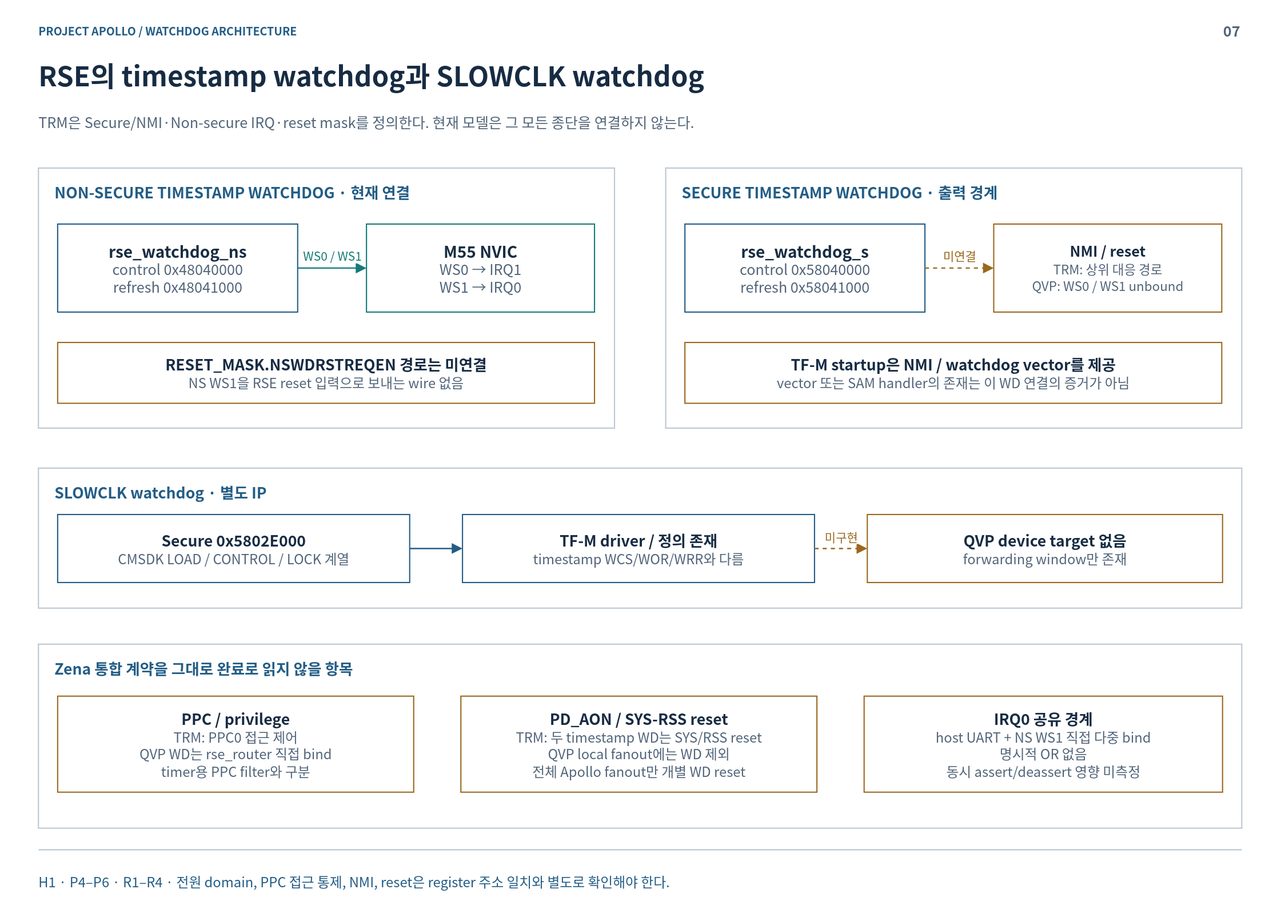
This is doc/phase1/watchdog/diagrams/07-rse-boundaries.drawio.svg from cometzero/project-apollo, a draw.io export, as it was before one commit. Source tidied: cells renumbered, new cells last; positions are measured from the earlier drawing's top-left corner, leaving out a move shared by most shapes.
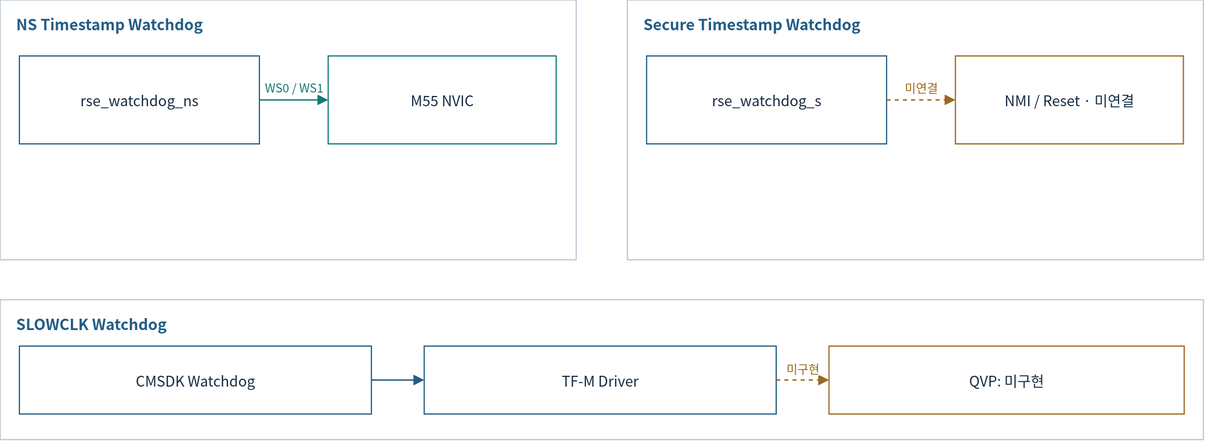
After the commit.

Change to the diagram source:
```diff
@@ -2,40 +2,16 @@
   <root>
     <mxCell id="0" />
     <mxCell id="1" parent="0" />
-    <mxCell id="2" style="rounded=0;whiteSpace=wrap;html=1;fillColor=#FFFFFF;strokeWidth=1.5;fontFamily=Noto Sans CJK KR;fontSize=18;spacing=12;fontColor=#172C43;strokeColor=none;" parent="1" vertex="1">
-      <mxGeometry width="1600" height="1150" as="geometry" />
-    </mxCell>
-    <mxCell id="3" value="PROJECT APOLLO / WATCHDOG ARCHITECTURE" style="rounded=0;whiteSpace=wrap;html=1;fillColor=#FFFFFF;strokeWidth=1.5;fontFamily=Noto Sans CJK KR;fontSize=18;spacing=12;fontColor=#172C43;strokeColor=none;fillColor=none;spacing=0;align=left;verticalAlign=middle;fontSize=14;fontColor=#235D86;fontStyle=1;" parent="1" vertex="1">
-      <mxGeometry x="48" y="26" width="1400" height="24" as="geometry" />
-    </mxCell>
-    <mxCell id="4" value="07" style="rounded=0;whiteSpace=wrap;html=1;fillColor=#FFFFFF;strokeWidth=1.5;fontFamily=Noto Sans CJK KR;fontSize=18;spacing=12;fontColor=#172C43;strokeColor=none;fillColor=none;spacing=0;align=right;verticalAlign=middle;fontSize=18;fontColor=#52657A;fontStyle=1;" parent="1" vertex="1">
-      <mxGeometry x="1485" y="23" width="65" height="30" as="geometry" />
-    </mxCell>
-    <mxCell id="5" value="RSE의 timestamp watchdog과 SLOWCLK watchdog" style="rounded=0;whiteSpace=wrap;html=1;fillColor=#FFFFFF;strokeWidth=1.5;fontFamily=Noto Sans CJK KR;fontSize=18;spacing=12;fontColor=#172C43;strokeColor=none;fillColor=none;spacing=0;align=left;verticalAlign=middle;fontSize=34;fontColor=#172C43;fontStyle=1;" parent="1" vertex="1">
-      <mxGeometry x="48" y="67" width="1504" height="54" as="geometry" />
-    </mxCell>
-    <mxCell id="6" value="TRM은 Secure/NMI·Non-secure IRQ·reset mask를 정의한다. 현재 모델은 그 모든 종단을 연결하지 않는다." style="rounded=0;whiteSpace=wrap;html=1;fillColor=#FFFFFF;strokeWidth=1.5;fontFamily=Noto Sans CJK KR;fontSize=18;spacing=12;fontColor=#172C43;strokeColor=none;fillColor=none;spacing=0;align=left;verticalAlign=middle;fontSize=18;fontColor=#52657A;fontStyle=0;" parent="1" vertex="1">
-      <mxGeometry x="48" y="127" width="1504" height="50" as="geometry" />
-    </mxCell>
-    <mxCell id="7" style="html=1;whiteSpace=nowrap;edgeStyle=none;endArrow=none;endSize=8;strokeWidth=1.6;strokeColor=#BAC7D3;fontColor=#BAC7D3;fontFamily=Noto Sans CJK KR;fontSize=16;labelBackgroundColor=#FFFFFF;dashed=0;" parent="1" edge="1">
-      <mxGeometry relative="1" as="geometry">
-        <mxPoint x="48" y="1062" as="sourcePoint" />
-        <mxPoint x="1552" y="1062" as="targetPoint" />
-      </mxGeometry>
-    </mxCell>
-    <mxCell id="8" value="H1 · P4–P6 · R1–R4 · 전원 domain, PPC 접근 통제, NMI, reset은 register 주소 일치와 별도로 확인해야 한다." style="rounded=0;whiteSpace=wrap;html=1;fillColor=#FFFFFF;strokeWidth=1.5;fontFamily=Noto Sans CJK KR;fontSize=18;spacing=12;fontColor=#172C43;strokeColor=none;fillColor=none;spacing=0;align=left;verticalAlign=middle;fontSize=17;fontColor=#235D86;fontStyle=0;" parent="1" vertex="1">
-      <mxGeometry x="48" y="1077" width="1504" height="50" as="geometry" />
-    </mxCell>
     <mxCell id="9" style="rounded=0;whiteSpace=wrap;html=1;fillColor=#FFFFFF;strokeWidth=1.5;fontFamily=Noto Sans CJK KR;fontSize=18;spacing=12;fontColor=#172C43;strokeColor=#BAC7D3;" parent="1" vertex="1">
       <mxGeometry x="48" y="210" width="720" height="325" as="geometry" />
     </mxCell>
-    <mxCell id="10" value="NON-SECURE TIMESTAMP WATCHDOG · 현재 연결" style="rounded=0;whiteSpace=wrap;html=1;fillColor=#FFFFFF;strokeWidth=1.5;fontFamily=Noto Sans CJK KR;fontSize=18;spacing=12;fontColor=#172C43;strokeColor=none;fillColor=none;spacing=0;align=left;verticalAlign=middle;fontSize=19;fontColor=#235D86;fontStyle=1;" parent="1" vertex="1">
+    <mxCell id="10" value="NS Timestamp Watchdog" style="rounded=0;whiteSpace=wrap;html=1;fillColor=#FFFFFF;strokeWidth=1.5;fontFamily=Noto Sans CJK KR;fontSize=18;spacing=12;fontColor=#172C43;strokeColor=none;fillColor=none;spacing=0;align=left;verticalAlign=middle;fontSize=19;fontColor=#235D86;fontStyle=1;" parent="1" vertex="1">
       <mxGeometry x="68" y="224" width="680" height="32" as="geometry" />
     </mxCell>
-    <mxCell id="11" value="&lt;b style=&quot;font-size:20px&quot;&gt;rse_watchdog_ns&lt;/b&gt;&lt;br&gt;&lt;font color=&quot;#52657A&quot; style=&quot;font-size:18px&quot;&gt;control 0x48040000&lt;br&gt;refresh 0x48041000&lt;/font&gt;" style="rounded=0;whiteSpace=wrap;html=1;fillColor=#FFFFFF;strokeWidth=1.5;fontFamily=Noto Sans CJK KR;fontSize=18;spacing=12;fontColor=#172C43;strokeColor=#235D86;" parent="1" vertex="1">
+    <mxCell id="11" value="rse_watchdog_ns" style="rounded=0;whiteSpace=wrap;html=1;fillColor=#FFFFFF;strokeWidth=1.5;fontFamily=Noto Sans CJK KR;fontSize=18;spacing=12;fontColor=#172C43;strokeColor=#235D86;" parent="1" vertex="1">
       <mxGeometry x="72" y="280" width="300" height="110" as="geometry" />
     </mxCell>
-    <mxCell id="12" value="&lt;b style=&quot;font-size:20px&quot;&gt;M55 NVIC&lt;/b&gt;&lt;br&gt;&lt;font color=&quot;#52657A&quot; style=&quot;font-size:18px&quot;&gt;WS0 → IRQ1&lt;br&gt;WS1 → IRQ0&lt;/font&gt;" style="rounded=0;whiteSpace=wrap;html=1;fillColor=#FFFFFF;strokeWidth=1.5;fontFamily=Noto Sans CJK KR;fontSize=18;spacing=12;fontColor=#172C43;strokeColor=#147B79;" parent="1" vertex="1">
+    <mxCell id="12" value="M55 NVIC" style="rounded=0;whiteSpace=wrap;html=1;fillColor=#FFFFFF;strokeWidth=1.5;fontFamily=Noto Sans CJK KR;fontSize=18;spacing=12;fontColor=#172C43;strokeColor=#147B79;" parent="1" vertex="1">
       <mxGeometry x="458" y="280" width="285" height="110" as="geometry" />
     </mxCell>
     <mxCell id="13" value="WS0 / WS1" style="html=1;whiteSpace=nowrap;edgeStyle=orthogonalEdgeStyle;rounded=0;endArrow=block;endSize=9;strokeWidth=1.7;strokeColor=#147B79;fontColor=#147B79;fontFamily=Noto Sans CJK KR;fontSize=15;labelBackgroundColor=#FFFFFF;" parent="1" edge="1" source="11" target="12">
@@ -43,19 +19,16 @@
         <mxPoint y="-16" as="offset" />
       </mxGeometry>
     </mxCell>
-    <mxCell id="14" value="&lt;b style=&quot;font-size:19px&quot;&gt;RESET_MASK.NSWDRSTREQEN 경로는 미연결&lt;/b&gt;&lt;br&gt;&lt;font color=&quot;#52657A&quot; style=&quot;font-size:17px&quot;&gt;NS WS1을 RSE reset 입력으로 보내는 wire 없음&lt;/font&gt;" style="rounded=0;whiteSpace=wrap;html=1;fillColor=#FFFFFF;strokeWidth=1.5;fontFamily=Noto Sans CJK KR;fontSize=18;spacing=12;fontColor=#172C43;strokeColor=#9A681E;" parent="1" vertex="1">
-      <mxGeometry x="72" y="428" width="671" height="76" as="geometry" />
-    </mxCell>
     <mxCell id="15" style="rounded=0;whiteSpace=wrap;html=1;fillColor=#FFFFFF;strokeWidth=1.5;fontFamily=Noto Sans CJK KR;fontSize=18;spacing=12;fontColor=#172C43;strokeColor=#BAC7D3;" parent="1" vertex="1">
       <mxGeometry x="832" y="210" width="720" height="325" as="geometry" />
     </mxCell>
-    <mxCell id="16" value="SECURE TIMESTAMP WATCHDOG · 출력 경계" style="rounded=0;whiteSpace=wrap;html=1;fillColor=#FFFFFF;strokeWidth=1.5;fontFamily=Noto Sans CJK KR;fontSize=18;spacing=12;fontColor=#172C43;strokeColor=none;fillColor=none;spacing=0;align=left;verticalAlign=middle;fontSize=19;fontColor=#235D86;fontStyle=1;" parent="1" vertex="1">
+    <mxCell id="16" value="Secure Timestamp Watchdog" style="rounded=0;whiteSpace=wrap;html=1;fillColor=#FFFFFF;strokeWidth=1.5;fontFamily=Noto Sans CJK KR;fontSize=18;spacing=12;fontColor=#172C43;strokeColor=none;fillColor=none;spacing=0;align=left;verticalAlign=middle;fontSize=19;fontColor=#235D86;fontStyle=1;" parent="1" vertex="1">
       <mxGeometry x="852" y="224" width="680" height="32" as="geometry" />
     </mxCell>
-    <mxCell id="17" value="&lt;b style=&quot;font-size:20px&quot;&gt;rse_watchdog_s&lt;/b&gt;&lt;br&gt;&lt;font color=&quot;#52657A&quot; style=&quot;font-size:18px&quot;&gt;control 0x58040000&lt;br&gt;refresh 0x58041000&lt;/font&gt;" style="rounded=0;whiteSpace=wrap;html=1;fillColor=#FFFFFF;strokeWidth=1.5;fontFamily=Noto Sans CJK KR;fontSize=18;spacing=12;fontColor=#172C43;strokeColor=#235D86;" parent="1" vertex="1">
+    <mxCell id="17" value="rse_watchdog_s" style="rounded=0;whiteSpace=wrap;html=1;fillColor=#FFFFFF;strokeWidth=1.5;fontFamily=Noto Sans CJK KR;fontSize=18;spacing=12;fontColor=#172C43;strokeColor=#235D86;" parent="1" vertex="1">
       <mxGeometry x="856" y="280" width="300" height="110" as="geometry" />
     </mxCell>
-    <mxCell id="18" value="&lt;b style=&quot;font-size:18px&quot;&gt;NMI / reset&lt;/b&gt;&lt;br&gt;&lt;font color=&quot;#52657A&quot; style=&quot;font-size:16px&quot;&gt;TRM: 상위 대응 경로&lt;br&gt;QVP: WS0 / WS1 unbound&lt;/font&gt;" style="rounded=0;whiteSpace=wrap;html=1;fillColor=#FFFFFF;strokeWidth=1.5;fontFamily=Noto Sans CJK KR;fontSize=18;spacing=12;fontColor=#172C43;strokeColor=#9A681E;" parent="1" vertex="1">
+    <mxCell id="18" value="NMI / Reset · 미연결" style="rounded=0;whiteSpace=wrap;html=1;fillColor=#FFFFFF;strokeWidth=1.5;fontFamily=Noto Sans CJK KR;fontSize=18;spacing=12;fontColor=#172C43;strokeColor=#9A681E;" parent="1" vertex="1">
       <mxGeometry x="1242" y="280" width="285" height="110" as="geometry" />
     </mxCell>
     <mxCell id="19" value="미연결" style="html=1;whiteSpace=nowrap;edgeStyle=orthogonalEdgeStyle;rounded=0;endArrow=block;endSize=9;strokeWidth=1.7;strokeColor=#9A681E;fontColor=#9A681E;fontFamily=Noto Sans CJK KR;fontSize=15;labelBackgroundColor=#FFFFFF;dashed=1;" parent="1" edge="1" source="17" target="18">
@@ -63,22 +36,19 @@
         <mxPoint y="-16" as="offset" />
       </mxGeometry>
     </mxCell>
-    <mxCell id="20" value="&lt;b style=&quot;font-size:19px&quot;&gt;TF-M startup은 NMI / watchdog vector를 제공&lt;/b&gt;&lt;br&gt;&lt;font color=&quot;#52657A&quot; style=&quot;font-size:17px&quot;&gt;vector 또는 SAM handler의 존재는 이 WD 연결의 증거가 아님&lt;/font&gt;" style="rounded=0;whiteSpace=wrap;html=1;fillColor=#FFFFFF;strokeWidth=1.5;fontFamily=Noto Sans CJK KR;fontSize=18;spacing=12;fontColor=#172C43;strokeColor=#9A681E;" parent="1" vertex="1">
-      <mxGeometry x="856" y="428" width="671" height="76" as="geometry" />
-    </mxCell>
     <mxCell id="21" style="rounded=0;whiteSpace=wrap;html=1;fillColor=#FFFFFF;strokeWidth=1.5;fontFamily=Noto Sans CJK KR;fontSize=18;spacing=12;fontColor=#172C43;strokeColor=#BAC7D3;" parent="1" vertex="1">
       <mxGeometry x="48" y="585" width="1504" height="175" as="geometry" />
     </mxCell>
-    <mxCell id="22" value="SLOWCLK watchdog · 별도 IP" style="rounded=0;whiteSpace=wrap;html=1;fillColor=#FFFFFF;strokeWidth=1.5;fontFamily=Noto Sans CJK KR;fontSize=18;spacing=12;fontColor=#172C43;strokeColor=none;fillColor=none;spacing=0;align=left;verticalAlign=middle;fontSize=19;fontColor=#235D86;fontStyle=1;" parent="1" vertex="1">
+    <mxCell id="22" value="SLOWCLK Watchdog" style="rounded=0;whiteSpace=wrap;html=1;fillColor=#FFFFFF;strokeWidth=1.5;fontFamily=Noto Sans CJK KR;fontSize=18;spacing=12;fontColor=#172C43;strokeColor=none;fillColor=none;spacing=0;align=left;verticalAlign=middle;fontSize=19;fontColor=#235D86;fontStyle=1;" parent="1" vertex="1">
       <mxGeometry x="68" y="599" width="1464" height="32" as="geometry" />
     </mxCell>
-    <mxCell id="23" value="&lt;b style=&quot;font-size:19px&quot;&gt;Secure 0x5802E000&lt;/b&gt;&lt;br&gt;&lt;font color=&quot;#52657A&quot; style=&quot;font-size:17px&quot;&gt;CMSDK LOAD / CONTROL / LOCK 계열&lt;/font&gt;" style="rounded=0;whiteSpace=wrap;html=1;fillColor=#FFFFFF;strokeWidth=1.5;fontFamily=Noto Sans CJK KR;fontSize=18;spacing=12;fontColor=#172C43;strokeColor=#235D86;" parent="1" vertex="1">
+    <mxCell id="23" value="CMSDK Watchdog" style="rounded=0;whiteSpace=wrap;html=1;fillColor=#FFFFFF;strokeWidth=1.5;fontFamily=Noto Sans CJK KR;fontSize=18;spacing=12;fontColor=#172C43;strokeColor=#235D86;" parent="1" vertex="1">
       <mxGeometry x="72" y="643" width="440" height="85" as="geometry" />
     </mxCell>
-    <mxCell id="24" value="&lt;b style=&quot;font-size:19px&quot;&gt;TF-M driver / 정의 존재&lt;/b&gt;&lt;br&gt;&lt;font color=&quot;#52657A&quot; style=&quot;font-size:17px&quot;&gt;timestamp WCS/WOR/WRR와 다름&lt;/font&gt;" style="rounded=0;whiteSpace=wrap;html=1;fillColor=#FFFFFF;strokeWidth=1.5;fontFamily=Noto Sans CJK KR;fontSize=18;spacing=12;fontColor=#172C43;strokeColor=#235D86;" parent="1" vertex="1">
+    <mxCell id="24" value="TF-M Driver" style="rounded=0;whiteSpace=wrap;html=1;fillColor=#FFFFFF;strokeWidth=1.5;fontFamily=Noto Sans CJK KR;fontSize=18;spacing=12;fontColor=#172C43;strokeColor=#235D86;" parent="1" vertex="1">
       <mxGeometry x="578" y="643" width="440" height="85" as="geometry" />
     </mxCell>
-    <mxCell id="25" value="&lt;b style=&quot;font-size:19px&quot;&gt;QVP device target 없음&lt;/b&gt;&lt;br&gt;&lt;font color=&quot;#52657A&quot; style=&quot;font-size:17px&quot;&gt;forwarding window만 존재&lt;/font&gt;" style="rounded=0;whiteSpace=wrap;html=1;fillColor=#FFFFFF;strokeWidth=1.5;fontFamily=Noto Sans CJK KR;fontSize=18;spacing=12;fontColor=#172C43;strokeColor=#9A681E;" parent="1" vertex="1">
+    <mxCell id="25" value="QVP: 미구현" style="rounded=0;whiteSpace=wrap;html=1;fillColor=#FFFFFF;strokeWidth=1.5;fontFamily=Noto Sans CJK KR;fontSize=18;spacing=12;fontColor=#172C43;strokeColor=#9A681E;" parent="1" vertex="1">
       <mxGeometry x="1084" y="643" width="444" height="85" as="geometry" />
     </mxCell>
     <mxCell id="26" style="html=1;whiteSpace=nowrap;edgeStyle=orthogonalEdgeStyle;rounded=0;endArrow=block;endSize=9;strokeWidth=1.7;strokeColor=#235D86;fontColor=#235D86;fontFamily=Noto Sans CJK KR;fontSize=15;labelBackgroundColor=#FFFFFF;" parent="1" edge="1" source="23" target="24">
@@ -91,20 +61,5 @@
         <mxPoint y="-16" as="offset" />
       </mxGeometry>
     </mxCell>
-    <mxCell id="28" style="rounded=0;whiteSpace=wrap;html=1;fillColor=#FFFFFF;strokeWidth=1.5;fontFamily=Noto Sans CJK KR;fontSize=18;spacing=12;fontColor=#172C43;strokeColor=#BAC7D3;" parent="1" vertex="1">
-      <mxGeometry x="48" y="805" width="1504" height="230" as="geometry" />
-    </mxCell>
-    <mxCell id="29" value="Zena 통합 계약을 그대로 완료로 읽지 않을 항목" style="rounded=0;whiteSpace=wrap;html=1;fillColor=#FFFFFF;strokeWidth=1.5;fontFamily=Noto Sans CJK KR;fontSize=18;spacing=12;fontColor=#172C43;strokeColor=none;fillColor=none;spacing=0;align=left;verticalAlign=middle;fontSize=19;fontColor=#235D86;fontStyle=1;" parent="1" vertex="1">
-      <mxGeometry x="68" y="819" width="1464" height="32" as="geometry" />
-    </mxCell>
-    <mxCell id="30" value="&lt;b style=&quot;font-size:19px&quot;&gt;PPC / privilege&lt;/b&gt;&lt;br&gt;&lt;font color=&quot;#52657A&quot; style=&quot;font-size:17px&quot;&gt;TRM: PPC0 접근 제어&lt;br&gt;QVP WD는 rse_router 직접 bind&lt;br&gt;timer용 PPC filter와 구분&lt;/font&gt;" style="rounded=0;whiteSpace=wrap;html=1;fillColor=#FFFFFF;strokeWidth=1.5;fontFamily=Noto Sans CJK KR;fontSize=18;spacing=12;fontColor=#172C43;strokeColor=#9A681E;" parent="1" vertex="1">
-      <mxGeometry x="72" y="870" width="445" height="120" as="geometry" />
-    </mxCell>
-    <mxCell id="31" value="&lt;b style=&quot;font-size:19px&quot;&gt;PD_AON / SYS-RSS reset&lt;/b&gt;&lt;br&gt;&lt;font color=&quot;#52657A&quot; style=&quot;font-size:17px&quot;&gt;TRM: 두 timestamp WD는 SYS/RSS reset&lt;br&gt;QVP local fanout에는 WD 제외&lt;br&gt;전체 Apollo fanout만 개별 WD reset&lt;/font&gt;" style="rounded=0;whiteSpace=wrap;html=1;fillColor=#FFFFFF;strokeWidth=1.5;fontFamily=Noto Sans CJK KR;fontSize=18;spacing=12;fontColor=#172C43;strokeColor=#9A681E;" parent="1" vertex="1">
-      <mxGeometry x="576" y="870" width="445" height="120" as="geometry" />
-    </mxCell>
-    <mxCell id="32" value="&lt;b style=&quot;font-size:19px&quot;&gt;IRQ0 공유 경계&lt;/b&gt;&lt;br&gt;&lt;font color=&quot;#52657A&quot; style=&quot;font-size:17px&quot;&gt;host UART + NS WS1 직접 다중 bind&lt;br&gt;명시적 OR 없음&lt;br&gt;동시 assert/deassert 영향 미측정&lt;/font&gt;" style="rounded=0;whiteSpace=wrap;html=1;fillColor=#FFFFFF;strokeWidth=1.5;fontFamily=Noto Sans CJK KR;fontSize=18;spacing=12;fontColor=#172C43;strokeColor=#9A681E;" parent="1" vertex="1">
-      <mxGeometry x="1080" y="870" width="448" height="120" as="geometry" />
-    </mxCell>
   </root>
 </mxGraphModel>
```
